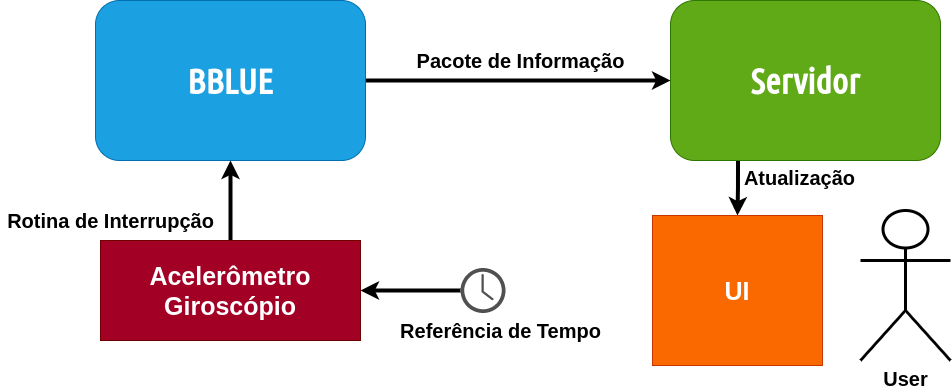
Above: img/diagram.png in WilliamZaniboni/SAA0356---Onboard-Data-Logger (draw.io), before the change. Source tidied: cells renumbered, new cells last; positions are measured from the earlier drawing's top-left corner, leaving out a move shared by most shapes. Its diagram source:
```xml
<mxGraphModel>
  <root>
    <mxCell id="0" />
    <mxCell id="1" parent="0" />
    <mxCell id="2" style="edgeStyle=orthogonalEdgeStyle;rounded=0;jettySize=auto;html=1;exitX=0.25;exitY=1;exitDx=0;exitDy=0;strokeWidth=4;" parent="1" edge="1" source="3" target="14">
      <mxGeometry relative="1" as="geometry" />
    </mxCell>
    <mxCell id="3" value="&lt;font style=&quot;font-size: 35px&quot; face=&quot;Ubuntu Condensed&quot;&gt;&lt;b&gt;Servidor&lt;/b&gt;&lt;/font&gt;" style="rounded=1;whiteSpace=wrap;html=1;fillColor=#60a917;strokeColor=#2D7600;fontColor=#ffffff;" parent="1" vertex="1">
      <mxGeometry x="670" width="270" height="160" as="geometry" />
    </mxCell>
    <mxCell id="4" style="edgeStyle=orthogonalEdgeStyle;rounded=0;jettySize=auto;html=1;strokeWidth=4;" parent="1" edge="1" source="5" target="3">
      <mxGeometry relative="1" as="geometry" />
    </mxCell>
    <mxCell id="5" value="&lt;font style=&quot;font-size: 35px&quot; face=&quot;Ubuntu Condensed&quot;&gt;&lt;b&gt;BBLUE&lt;/b&gt;&lt;/font&gt;" style="rounded=1;whiteSpace=wrap;html=1;fillColor=#1ba1e2;strokeColor=#006EAF;fontColor=#ffffff;" parent="1" vertex="1">
      <mxGeometry x="95" width="270" height="160" as="geometry" />
    </mxCell>
    <mxCell id="6" style="edgeStyle=orthogonalEdgeStyle;rounded=0;jettySize=auto;html=1;exitX=0.5;exitY=0;exitDx=0;exitDy=0;entryX=0.5;entryY=1;entryDx=0;entryDy=0;strokeWidth=4;" parent="1" edge="1" source="7" target="5">
      <mxGeometry relative="1" as="geometry" />
    </mxCell>
    <mxCell id="7" value="&lt;font style=&quot;font-size: 25px&quot;&gt;&lt;b&gt;Acelerômetro&lt;br&gt;Giroscópio&lt;/b&gt;&lt;/font&gt;" style="rounded=0;whiteSpace=wrap;html=1;fillColor=#a20025;strokeColor=#6F0000;fontColor=#ffffff;" parent="1" vertex="1">
      <mxGeometry x="100" y="240" width="260" height="100" as="geometry" />
    </mxCell>
    <mxCell id="8" style="edgeStyle=orthogonalEdgeStyle;rounded=0;jettySize=auto;html=1;strokeWidth=4;" parent="1" edge="1" source="9" target="7">
      <mxGeometry relative="1" as="geometry" />
    </mxCell>
    <mxCell id="9" style="shadow=0;dashed=0;html=1;strokeColor=none;fillColor=#505050;labelPosition=center;verticalLabelPosition=bottom;verticalAlign=top;outlineConnect=0;align=center;shape=mxgraph.office.concepts.clock;" parent="1" vertex="1">
      <mxGeometry x="460" y="267.5" width="45" height="45" as="geometry" />
    </mxCell>
    <mxCell id="10" value="&lt;font style=&quot;font-size: 20px&quot;&gt;&lt;b&gt;Referência de Tempo&lt;/b&gt;&lt;/font&gt;" style="text;html=1;align=center;verticalAlign=middle;" parent="1" vertex="1">
      <mxGeometry x="390" y="320" width="220" height="20" as="geometry" />
    </mxCell>
    <mxCell id="11" value="&lt;font style=&quot;font-size: 20px&quot;&gt;&lt;b&gt;Rotina de Interrupção&lt;/b&gt;&lt;/font&gt;" style="text;html=1;align=center;verticalAlign=middle;" parent="1" vertex="1">
      <mxGeometry y="210" width="220" height="20" as="geometry" />
    </mxCell>
    <mxCell id="12" value="&lt;font style=&quot;font-size: 20px&quot;&gt;&lt;b&gt;Pacote de Informação&lt;/b&gt;&lt;/font&gt;" style="text;html=1;align=center;verticalAlign=middle;" parent="1" vertex="1">
      <mxGeometry x="410" y="50" width="220" height="20" as="geometry" />
    </mxCell>
    <mxCell id="13" value="&lt;font style=&quot;font-size: 20px&quot;&gt;&lt;b&gt;User&lt;/b&gt;&lt;/font&gt;" style="shape=umlActor;verticalLabelPosition=bottom;verticalAlign=top;html=1;strokeWidth=3;" parent="1" vertex="1">
      <mxGeometry x="860" y="210" width="90" height="150" as="geometry" />
    </mxCell>
    <mxCell id="14" value="&lt;span style=&quot;font-size: 25px&quot;&gt;&lt;b&gt;UI&lt;/b&gt;&lt;/span&gt;" style="rounded=0;whiteSpace=wrap;html=1;fillColor=#fa6800;strokeColor=#C73500;fontColor=#ffffff;" parent="1" vertex="1">
      <mxGeometry x="652" y="215" width="170" height="150" as="geometry" />
    </mxCell>
    <mxCell id="15" value="&lt;font style=&quot;font-size: 20px&quot;&gt;&lt;b&gt;Atualização&lt;/b&gt;&lt;/font&gt;" style="text;html=1;align=center;verticalAlign=middle;" parent="1" vertex="1">
      <mxGeometry x="734" y="167" width="130" height="20" as="geometry" />
    </mxCell>
  </root>
</mxGraphModel>
```
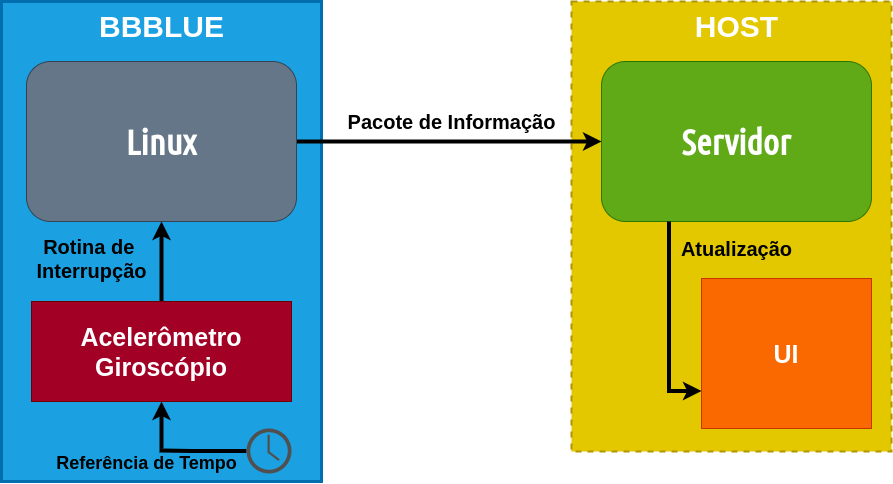
The same file after the commit.

Change to the diagram source:
```diff
@@ -2,16 +2,19 @@
   <root>
     <mxCell id="0" />
     <mxCell id="1" parent="0" />
-    <mxCell id="2" style="edgeStyle=orthogonalEdgeStyle;rounded=0;jettySize=auto;html=1;exitX=0.25;exitY=1;exitDx=0;exitDy=0;strokeWidth=4;" parent="1" edge="1" source="3" target="14">
-      <mxGeometry relative="1" as="geometry" />
-    </mxCell>
+    <mxCell id="16" style="rounded=0;whiteSpace=wrap;html=1;strokeWidth=2;dashed=1;fillColor=#e3c800;strokeColor=#B09500;fontColor=#ffffff;" parent="1" vertex="1">
+      <mxGeometry x="640" y="-60" width="320" height="450" as="geometry" />
+    </mxCell>
+    <mxCell id="17" style="rounded=0;whiteSpace=wrap;html=1;strokeWidth=3;fillColor=#1ba1e2;strokeColor=#006EAF;fontColor=#ffffff;" parent="1" vertex="1">
+      <mxGeometry x="70" y="-60" width="320" height="480" as="geometry" />
+    </mxCell>
     <mxCell id="3" value="&lt;font style=&quot;font-size: 35px&quot; face=&quot;Ubuntu Condensed&quot;&gt;&lt;b&gt;Servidor&lt;/b&gt;&lt;/font&gt;" style="rounded=1;whiteSpace=wrap;html=1;fillColor=#60a917;strokeColor=#2D7600;fontColor=#ffffff;" parent="1" vertex="1">
       <mxGeometry x="670" width="270" height="160" as="geometry" />
     </mxCell>
     <mxCell id="4" style="edgeStyle=orthogonalEdgeStyle;rounded=0;jettySize=auto;html=1;strokeWidth=4;" parent="1" edge="1" source="5" target="3">
       <mxGeometry relative="1" as="geometry" />
     </mxCell>
-    <mxCell id="5" value="&lt;font style=&quot;font-size: 35px&quot; face=&quot;Ubuntu Condensed&quot;&gt;&lt;b&gt;BBLUE&lt;/b&gt;&lt;/font&gt;" style="rounded=1;whiteSpace=wrap;html=1;fillColor=#1ba1e2;strokeColor=#006EAF;fontColor=#ffffff;" parent="1" vertex="1">
+    <mxCell id="5" value="&lt;font style=&quot;font-size: 35px&quot; face=&quot;Ubuntu Condensed&quot;&gt;&lt;b&gt;Linux&lt;/b&gt;&lt;/font&gt;" style="rounded=1;whiteSpace=wrap;html=1;fillColor=#647687;strokeColor=#314354;fontColor=#ffffff;" parent="1" vertex="1">
       <mxGeometry x="95" width="270" height="160" as="geometry" />
     </mxCell>
     <mxCell id="6" style="edgeStyle=orthogonalEdgeStyle;rounded=0;jettySize=auto;html=1;exitX=0.5;exitY=0;exitDx=0;exitDy=0;entryX=0.5;entryY=1;entryDx=0;entryDy=0;strokeWidth=4;" parent="1" edge="1" source="7" target="5">
@@ -21,28 +24,39 @@
       <mxGeometry x="100" y="240" width="260" height="100" as="geometry" />
     </mxCell>
     <mxCell id="8" style="edgeStyle=orthogonalEdgeStyle;rounded=0;jettySize=auto;html=1;strokeWidth=4;" parent="1" edge="1" source="9" target="7">
-      <mxGeometry relative="1" as="geometry" />
+      <mxGeometry relative="1" as="geometry">
+        <Array as="points">
+          <mxPoint x="260" y="389" />
+          <mxPoint x="230" y="389" />
+        </Array>
+      </mxGeometry>
     </mxCell>
     <mxCell id="9" style="shadow=0;dashed=0;html=1;strokeColor=none;fillColor=#505050;labelPosition=center;verticalLabelPosition=bottom;verticalAlign=top;outlineConnect=0;align=center;shape=mxgraph.office.concepts.clock;" parent="1" vertex="1">
-      <mxGeometry x="460" y="267.5" width="45" height="45" as="geometry" />
+      <mxGeometry x="315" y="367" width="45" height="45" as="geometry" />
     </mxCell>
-    <mxCell id="10" value="&lt;font style=&quot;font-size: 20px&quot;&gt;&lt;b&gt;Referência de Tempo&lt;/b&gt;&lt;/font&gt;" style="text;html=1;align=center;verticalAlign=middle;" parent="1" vertex="1">
-      <mxGeometry x="390" y="320" width="220" height="20" as="geometry" />
+    <mxCell id="10" value="&lt;font size=&quot;1&quot;&gt;&lt;b style=&quot;font-size: 18px&quot;&gt;Referência de Tempo&lt;/b&gt;&lt;/font&gt;" style="text;html=1;align=center;verticalAlign=middle;" parent="1" vertex="1">
+      <mxGeometry x="115" y="392" width="200" height="20" as="geometry" />
     </mxCell>
-    <mxCell id="11" value="&lt;font style=&quot;font-size: 20px&quot;&gt;&lt;b&gt;Rotina de Interrupção&lt;/b&gt;&lt;/font&gt;" style="text;html=1;align=center;verticalAlign=middle;" parent="1" vertex="1">
-      <mxGeometry y="210" width="220" height="20" as="geometry" />
+    <mxCell id="11" value="&lt;font style=&quot;font-size: 20px&quot;&gt;&lt;b&gt;Rotina de &lt;br&gt;Interrupção&lt;/b&gt;&lt;/font&gt;" style="text;html=1;align=center;verticalAlign=middle;" parent="1" vertex="1">
+      <mxGeometry x="95" y="177" width="130" height="40" as="geometry" />
     </mxCell>
     <mxCell id="12" value="&lt;font style=&quot;font-size: 20px&quot;&gt;&lt;b&gt;Pacote de Informação&lt;/b&gt;&lt;/font&gt;" style="text;html=1;align=center;verticalAlign=middle;" parent="1" vertex="1">
       <mxGeometry x="410" y="50" width="220" height="20" as="geometry" />
     </mxCell>
-    <mxCell id="13" value="&lt;font style=&quot;font-size: 20px&quot;&gt;&lt;b&gt;User&lt;/b&gt;&lt;/font&gt;" style="shape=umlActor;verticalLabelPosition=bottom;verticalAlign=top;html=1;strokeWidth=3;" parent="1" vertex="1">
-      <mxGeometry x="860" y="210" width="90" height="150" as="geometry" />
-    </mxCell>
     <mxCell id="14" value="&lt;span style=&quot;font-size: 25px&quot;&gt;&lt;b&gt;UI&lt;/b&gt;&lt;/span&gt;" style="rounded=0;whiteSpace=wrap;html=1;fillColor=#fa6800;strokeColor=#C73500;fontColor=#ffffff;" parent="1" vertex="1">
-      <mxGeometry x="652" y="215" width="170" height="150" as="geometry" />
+      <mxGeometry x="770" y="217" width="170" height="150" as="geometry" />
     </mxCell>
+    <mxCell id="18" value="&lt;b&gt;&lt;font style=&quot;font-size: 30px&quot; color=&quot;#ffffff&quot;&gt;BBBLUE&lt;/font&gt;&lt;/b&gt;" style="text;html=1;align=center;verticalAlign=middle;" parent="1" vertex="1">
+      <mxGeometry x="160" y="-50" width="140" height="30" as="geometry" />
+    </mxCell>
     <mxCell id="15" value="&lt;font style=&quot;font-size: 20px&quot;&gt;&lt;b&gt;Atualização&lt;/b&gt;&lt;/font&gt;" style="text;html=1;align=center;verticalAlign=middle;" parent="1" vertex="1">
-      <mxGeometry x="734" y="167" width="130" height="20" as="geometry" />
+      <mxGeometry x="740" y="177" width="130" height="20" as="geometry" />
     </mxCell>
+    <mxCell id="2" style="edgeStyle=orthogonalEdgeStyle;rounded=0;jettySize=auto;html=1;exitX=0.25;exitY=1;exitDx=0;exitDy=0;strokeWidth=4;entryX=0;entryY=0.75;entryDx=0;entryDy=0;" parent="1" edge="1" source="3" target="14">
+      <mxGeometry relative="1" as="geometry" />
+    </mxCell>
+    <mxCell id="19" value="&lt;font size=&quot;1&quot; color=&quot;#ffffff&quot;&gt;&lt;b style=&quot;font-size: 30px&quot;&gt;HOST&lt;/b&gt;&lt;/font&gt;" style="text;html=1;align=center;verticalAlign=middle;" parent="1" vertex="1">
+      <mxGeometry x="755" y="-50" width="100" height="30" as="geometry" />
+    </mxCell>
   </root>
 </mxGraphModel>
```
